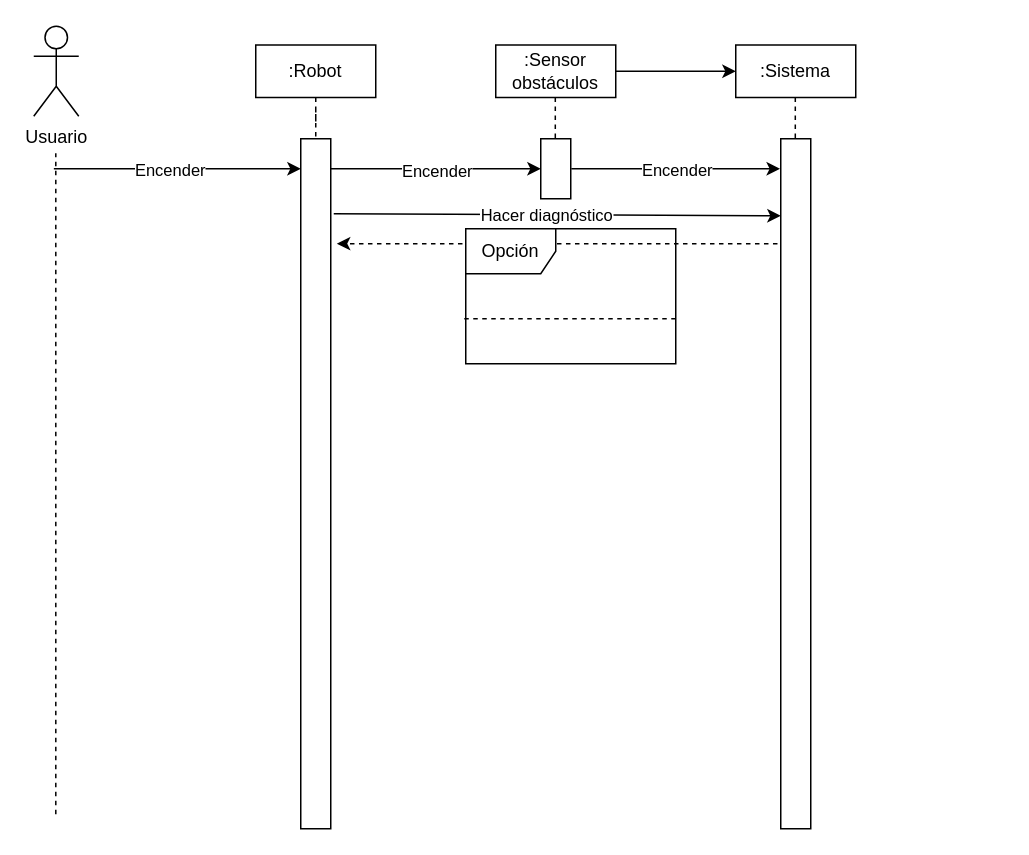
The draw.io diagram Diagrama de secuencia.drawio in PabloDavid2004/Progamation, before the edit. Source tidied: cells renumbered, new cells numbered last; positions are measured from the earlier drawing's top-left corner, leaving out a move shared by most shapes. Both pictures are drawn from the tidied source at 150%, with x=0, y=0 at pixel (33, 26).
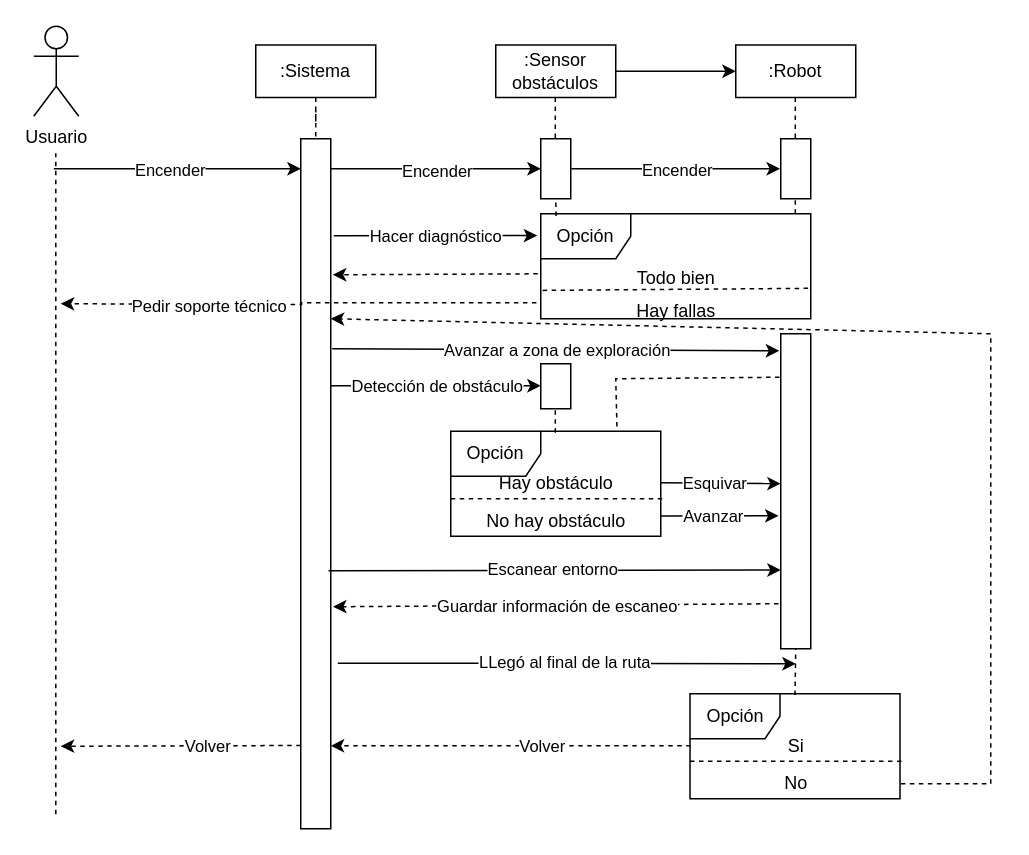
After the change.

Unchanged cells that the change refers to:
```xml
<mxCell id="7" style="whiteSpace=wrap;html=1;rounded=0;" parent="1" vertex="1">
  <mxGeometry x="178" y="75" width="20" height="460" as="geometry" />
</mxCell>
<mxCell id="16" style="whiteSpace=wrap;html=1;rounded=0;" parent="1" vertex="1">
  <mxGeometry x="338" y="75" width="20" height="40" as="geometry" />
</mxCell>
```

Diff of the diagram source:
```diff
@@
-    <mxCell id="2" style="endArrow=classic;html=1;rounded=0;exitX=-0.109;exitY=0.152;exitDx=0;exitDy=0;exitPerimeter=0;entryX=1.202;entryY=0.152;entryDx=0;entryDy=0;entryPerimeter=0;dashed=1;" parent="1" edge="1" source="15" target="7">
-      <mxGeometry relative="1" as="geometry" />
+    <mxCell id="2" style="endArrow=classic;html=1;rounded=0;exitX=-0.011;exitY=0.572;exitDx=0;exitDy=0;exitPerimeter=0;entryX=1.098;entryY=0.17;entryDx=0;entryDy=0;entryPerimeter=0;dashed=1;" parent="1" edge="1" source="41">
+      <mxGeometry relative="1" as="geometry">
+        <mxPoint x="199.4" y="165.7" as="targetPoint" />
+      </mxGeometry>
     </mxCell>
@@
-    <mxCell id="6" value=":Robot" style="rounded=0;whiteSpace=wrap;html=1;" parent="1" vertex="1">
+    <mxCell id="6" value=":Sistema" style="rounded=0;whiteSpace=wrap;html=1;" parent="1" vertex="1">
       <mxGeometry x="148" y="12.5" width="80" height="35" as="geometry" />
     </mxCell>
@@
-    <mxCell id="12" value=":Sistema" style="rounded=0;whiteSpace=wrap;html=1;" parent="1" vertex="1">
+    <mxCell id="12" value=":Robot" style="rounded=0;whiteSpace=wrap;html=1;" parent="1" vertex="1">
       <mxGeometry x="468" y="12.5" width="80" height="35" as="geometry" />
     </mxCell>
@@
     <mxCell id="15" style="whiteSpace=wrap;html=1;rounded=0;" parent="1" vertex="1">
-      <mxGeometry x="498" y="75" width="20" height="460" as="geometry" />
+      <mxGeometry x="498" y="205" width="20" height="210" as="geometry" />
     </mxCell>
@@
-    <mxCell id="21" style="endArrow=classic;html=1;rounded=0;exitX=1.098;exitY=0.149;exitDx=0;exitDy=0;exitPerimeter=0;entryX=0;entryY=0.152;entryDx=0;entryDy=0;entryPerimeter=0;" parent="1" edge="1">
+    <mxCell id="21" style="endArrow=classic;html=1;rounded=0;exitX=1.098;exitY=0.149;exitDx=0;exitDy=0;exitPerimeter=0;entryX=-0.013;entryY=0.208;entryDx=0;entryDy=0;entryPerimeter=0;" parent="1" edge="1" target="41">
       <mxGeometry relative="1" as="geometry">
-        <mxPoint x="200" y="125" as="sourcePoint" />
-        <mxPoint x="498" y="126.4" as="targetPoint" />
+        <mxPoint x="200" y="139.6" as="sourcePoint" />
       </mxGeometry>
     </mxCell>
     <mxCell id="22" value="Hacer diagnóstico" style="edgeLabel;html=1;align=center;verticalAlign=middle;" parent="21" vertex="1">
-      <mxGeometry x="-0.05" relative="1" as="geometry" />
+      <mxGeometry x="-0.05" relative="1" as="geometry">
+        <mxPoint x="4" as="offset" />
+      </mxGeometry>
     </mxCell>
-    <mxCell id="23" value="Opción" style="shape=umlFrame;whiteSpace=wrap;html=1;" parent="1" vertex="1">
-      <mxGeometry x="288" y="135" width="140" height="90" as="geometry" />
-    </mxCell>
-    <mxCell id="24" style="endArrow=none;dashed=1;html=1;rounded=0;entryX=1.007;entryY=0.667;entryDx=0;entryDy=0;entryPerimeter=0;" parent="1" edge="1">
-      <mxGeometry relative="1" as="geometry">
-        <mxPoint x="287" y="195" as="sourcePoint" />
-        <mxPoint x="428" y="195" as="targetPoint" />
-      </mxGeometry>
-    </mxCell>
+    <mxCell id="25" style="edgeStyle=orthogonalEdgeStyle;rounded=0;jettySize=auto;html=1;exitX=-0.016;exitY=0.848;exitDx=0;exitDy=0;exitPerimeter=0;dashed=1;" parent="1" edge="1" source="41">
+      <mxGeometry relative="1" as="geometry">
+        <mxPoint x="18" y="185" as="targetPoint" />
+      </mxGeometry>
+    </mxCell>
+    <mxCell id="26" value="Pedir soporte técnico" style="edgeLabel;html=1;align=center;verticalAlign=middle;" parent="25" vertex="1">
+      <mxGeometry x="0.38" y="1" relative="1" as="geometry" />
+    </mxCell>
+    <mxCell id="27" style="endArrow=classic;html=1;rounded=0;exitX=1.098;exitY=0.149;exitDx=0;exitDy=0;exitPerimeter=0;entryX=0;entryY=0.152;entryDx=0;entryDy=0;entryPerimeter=0;" parent="1" edge="1">
+      <mxGeometry relative="1" as="geometry">
+        <mxPoint x="199" y="215" as="sourcePoint" />
+        <mxPoint x="497" y="216.4" as="targetPoint" />
+      </mxGeometry>
+    </mxCell>
+    <mxCell id="28" value="Avanzar a zona de exploración" style="edgeLabel;html=1;align=center;verticalAlign=middle;" parent="27" vertex="1">
+      <mxGeometry x="-0.05" relative="1" as="geometry">
+        <mxPoint x="8" as="offset" />
+      </mxGeometry>
+    </mxCell>
+    <mxCell id="29" value="Opción" style="shape=umlFrame;whiteSpace=wrap;html=1;" parent="1" vertex="1">
+      <mxGeometry x="278" y="270" width="140" height="70" as="geometry" />
+    </mxCell>
+    <mxCell id="30" style="endArrow=none;dashed=1;html=1;rounded=0;entryX=1.007;entryY=0.667;entryDx=0;entryDy=0;entryPerimeter=0;" parent="1" edge="1">
+      <mxGeometry relative="1" as="geometry">
+        <mxPoint x="278" y="315" as="sourcePoint" />
+        <mxPoint x="419" y="315" as="targetPoint" />
+      </mxGeometry>
+    </mxCell>
+    <mxCell id="31" style="endArrow=classic;html=1;rounded=0;entryX=0;entryY=0.476;entryDx=0;entryDy=0;entryPerimeter=0;" parent="1" edge="1" target="15">
+      <mxGeometry relative="1" as="geometry">
+        <mxPoint x="418" y="304.3" as="sourcePoint" />
+      </mxGeometry>
+    </mxCell>
+    <mxCell id="32" value="Esquivar" style="edgeLabel;html=1;align=center;verticalAlign=middle;" parent="31" vertex="1">
+      <mxGeometry x="-0.11" relative="1" as="geometry" />
+    </mxCell>
+    <mxCell id="33" value="Hay obstáculo" style="text;html=1;align=center;verticalAlign=middle;strokeColor=none;fillColor=none;" parent="1" vertex="1">
+      <mxGeometry x="298" y="290" width="100" height="30" as="geometry" />
+    </mxCell>
+    <mxCell id="34" value="No hay obstáculo" style="text;html=1;align=center;verticalAlign=middle;strokeColor=none;fillColor=none;" parent="1" vertex="1">
+      <mxGeometry x="288" y="315" width="120" height="30" as="geometry" />
+    </mxCell>
+    <mxCell id="35" style="endArrow=classic;html=1;rounded=0;entryX=-0.074;entryY=0.578;entryDx=0;entryDy=0;entryPerimeter=0;" parent="1" edge="1" target="15">
+      <mxGeometry relative="1" as="geometry">
+        <mxPoint x="418" y="326.5" as="sourcePoint" />
+      </mxGeometry>
+    </mxCell>
+    <mxCell id="36" value="Avanzar" style="edgeLabel;html=1;align=center;verticalAlign=middle;" parent="35" vertex="1">
+      <mxGeometry x="-0.11" relative="1" as="geometry" />
+    </mxCell>
+    <mxCell id="37" style="whiteSpace=wrap;html=1;rounded=0;" parent="1" vertex="1">
+      <mxGeometry x="338" y="225" width="20" height="30" as="geometry" />
+    </mxCell>
+    <mxCell id="38" style="endArrow=classic;html=1;rounded=0;entryX=0;entryY=0.5;entryDx=0;entryDy=0;exitX=-0.109;exitY=0.432;exitDx=0;exitDy=0;exitPerimeter=0;" parent="1" edge="1">
+      <mxGeometry relative="1" as="geometry">
+        <mxPoint x="198" y="239.7" as="sourcePoint" />
+        <mxPoint x="338" y="239.7" as="targetPoint" />
+      </mxGeometry>
+    </mxCell>
+    <mxCell id="39" value="Detección de obstáculo" style="edgeLabel;html=1;align=center;verticalAlign=middle;" parent="38" vertex="1">
+      <mxGeometry x="-0.05" y="1" relative="1" as="geometry">
+        <mxPoint x="3" y="1" as="offset" />
+      </mxGeometry>
+    </mxCell>
+    <mxCell id="40" style="whiteSpace=wrap;html=1;rounded=0;" parent="1" vertex="1">
+      <mxGeometry x="498" y="75" width="20" height="40" as="geometry" />
+    </mxCell>
+    <mxCell id="41" value="Opción" style="shape=umlFrame;whiteSpace=wrap;html=1;" parent="1" vertex="1">
+      <mxGeometry x="338" y="125" width="180" height="70" as="geometry" />
+    </mxCell>
+    <mxCell id="42" style="endArrow=none;dashed=1;html=1;rounded=0;entryX=0.996;entryY=0.71;entryDx=0;entryDy=0;entryPerimeter=0;exitX=0.007;exitY=0.73;exitDx=0;exitDy=0;exitPerimeter=0;" parent="1" edge="1" source="41" target="41">
+      <mxGeometry relative="1" as="geometry" />
+    </mxCell>
+    <mxCell id="43" value="Todo bien" style="text;html=1;align=center;verticalAlign=middle;strokeColor=none;fillColor=none;" parent="1" vertex="1">
+      <mxGeometry x="388" y="153" width="80" height="30" as="geometry" />
+    </mxCell>
+    <mxCell id="44" value="Hay fallas" style="text;html=1;align=center;verticalAlign=middle;strokeColor=none;fillColor=none;" parent="1" vertex="1">
+      <mxGeometry x="388" y="175" width="80" height="30" as="geometry" />
+    </mxCell>
+    <mxCell id="45" style="endArrow=none;dashed=1;html=1;rounded=0;entryX=0.5;entryY=1;entryDx=0;entryDy=0;exitX=0.057;exitY=0.021;exitDx=0;exitDy=0;exitPerimeter=0;" parent="1" edge="1" source="41" target="16">
+      <mxGeometry relative="1" as="geometry" />
+    </mxCell>
+    <mxCell id="46" style="endArrow=none;dashed=1;html=1;rounded=0;entryX=0.5;entryY=1;entryDx=0;entryDy=0;exitX=0.057;exitY=0.021;exitDx=0;exitDy=0;exitPerimeter=0;" parent="1" edge="1">
+      <mxGeometry relative="1" as="geometry">
+        <mxPoint x="507.7" y="125" as="sourcePoint" />
+        <mxPoint x="507.7" y="114" as="targetPoint" />
+      </mxGeometry>
+    </mxCell>
+    <mxCell id="47" style="endArrow=none;dashed=1;html=1;rounded=0;entryX=0.5;entryY=1;entryDx=0;entryDy=0;exitX=0.057;exitY=0.021;exitDx=0;exitDy=0;exitPerimeter=0;" parent="1" edge="1">
+      <mxGeometry relative="1" as="geometry">
+        <mxPoint x="347.7" y="271" as="sourcePoint" />
+        <mxPoint x="347.7" y="255" as="targetPoint" />
+      </mxGeometry>
+    </mxCell>
+    <mxCell id="48" style="endArrow=none;dashed=1;html=1;strokeWidth=1;rounded=0;exitX=-0.04;exitY=0.138;exitDx=0;exitDy=0;exitPerimeter=0;entryX=0.792;entryY=0.008;entryDx=0;entryDy=0;entryPerimeter=0;" parent="1" edge="1" source="15" target="29">
+      <mxGeometry relative="1" as="geometry">
+        <Array as="points">
+          <mxPoint x="388" y="235" />
+        </Array>
+      </mxGeometry>
+    </mxCell>
+    <mxCell id="49" style="endArrow=classic;html=1;rounded=0;exitX=0.926;exitY=0.626;exitDx=0;exitDy=0;exitPerimeter=0;entryX=0;entryY=0.75;entryDx=0;entryDy=0;" parent="1" edge="1" source="7" target="15">
+      <mxGeometry relative="1" as="geometry" />
+    </mxCell>
+    <mxCell id="50" value="Escanear entorno" style="edgeLabel;html=1;align=center;verticalAlign=middle;" parent="49" vertex="1">
+      <mxGeometry x="-0.07" y="-2" relative="1" as="geometry">
+        <mxPoint x="9" y="-3" as="offset" />
+      </mxGeometry>
+    </mxCell>
+    <mxCell id="51" style="endArrow=classic;html=1;rounded=0;exitX=1.133;exitY=0.646;exitDx=0;exitDy=0;exitPerimeter=0;entryX=0;entryY=0.5;entryDx=0;entryDy=0;dashed=1;" parent="1" edge="1">
+      <mxGeometry relative="1" as="geometry">
+        <mxPoint x="496.5" y="385" as="sourcePoint" />
+        <mxPoint x="199.5" y="387" as="targetPoint" />
+      </mxGeometry>
+    </mxCell>
+    <mxCell id="52" value="Guardar información de escaneo" style="edgeLabel;html=1;align=center;verticalAlign=middle;" parent="51" vertex="1">
+      <mxGeometry x="-0.07" y="-2" relative="1" as="geometry">
+        <mxPoint x="-10" y="3" as="offset" />
+      </mxGeometry>
+    </mxCell>
+    <mxCell id="53" value="Opción" style="shape=umlFrame;whiteSpace=wrap;html=1;" parent="1" vertex="1">
+      <mxGeometry x="437.5" y="445" width="140" height="70" as="geometry" />
+    </mxCell>
+    <mxCell id="54" style="endArrow=none;dashed=1;html=1;rounded=0;entryX=1.007;entryY=0.667;entryDx=0;entryDy=0;entryPerimeter=0;" parent="1" edge="1">
+      <mxGeometry relative="1" as="geometry">
+        <mxPoint x="437.5" y="490" as="sourcePoint" />
+        <mxPoint x="578.5" y="490" as="targetPoint" />
+      </mxGeometry>
+    </mxCell>
+    <mxCell id="55" value="Si" style="text;html=1;align=center;verticalAlign=middle;strokeColor=none;fillColor=none;" parent="1" vertex="1">
+      <mxGeometry x="492.5" y="465" width="30" height="30" as="geometry" />
+    </mxCell>
+    <mxCell id="56" value="No" style="text;html=1;align=center;verticalAlign=middle;strokeColor=none;fillColor=none;" parent="1" vertex="1">
+      <mxGeometry x="487.5" y="490" width="40" height="30" as="geometry" />
+    </mxCell>
+    <mxCell id="57" style="endArrow=none;dashed=1;html=1;rounded=0;exitX=0.5;exitY=0.011;exitDx=0;exitDy=0;exitPerimeter=0;" parent="1" edge="1" source="53">
+      <mxGeometry relative="1" as="geometry">
+        <mxPoint x="508" y="415" as="targetPoint" />
+      </mxGeometry>
+    </mxCell>
+    <mxCell id="58" style="endArrow=classic;html=1;rounded=0;exitX=1.236;exitY=0.76;exitDx=0;exitDy=0;exitPerimeter=0;" parent="1" edge="1" source="7">
+      <mxGeometry relative="1" as="geometry">
+        <mxPoint x="508" y="425" as="targetPoint" />
+      </mxGeometry>
+    </mxCell>
+    <mxCell id="59" value="LLegó al final de la ruta" style="edgeLabel;html=1;align=center;verticalAlign=middle;" parent="58" vertex="1">
+      <mxGeometry x="-0.07" y="-2" relative="1" as="geometry">
+        <mxPoint x="9" y="-3" as="offset" />
+      </mxGeometry>
+    </mxCell>
+    <mxCell id="60" style="endArrow=classic;html=1;rounded=0;exitX=1.236;exitY=0.76;exitDx=0;exitDy=0;exitPerimeter=0;dashed=1;" parent="1" edge="1">
+      <mxGeometry relative="1" as="geometry">
+        <mxPoint x="438" y="479.7" as="sourcePoint" />
+        <mxPoint x="198" y="479.7" as="targetPoint" />
+      </mxGeometry>
+    </mxCell>
+    <mxCell id="61" value="Volver" style="edgeLabel;html=1;align=center;verticalAlign=middle;" parent="60" vertex="1">
+      <mxGeometry x="-0.07" y="-2" relative="1" as="geometry">
+        <mxPoint x="12" y="2" as="offset" />
+      </mxGeometry>
+    </mxCell>
+    <mxCell id="62" style="endArrow=classic;html=1;rounded=0;exitX=1.236;exitY=0.76;exitDx=0;exitDy=0;exitPerimeter=0;dashed=1;" parent="1" edge="1">
+      <mxGeometry relative="1" as="geometry">
+        <mxPoint x="178" y="479.5" as="sourcePoint" />
+        <mxPoint x="18" y="480" as="targetPoint" />
+      </mxGeometry>
+    </mxCell>
+    <mxCell id="63" value="Volver" style="edgeLabel;html=1;align=center;verticalAlign=middle;" parent="62" vertex="1">
+      <mxGeometry x="-0.07" y="-2" relative="1" as="geometry">
+        <mxPoint x="12" y="2" as="offset" />
+      </mxGeometry>
+    </mxCell>
+    <mxCell id="64" style="endArrow=classic;html=1;rounded=0;entryX=1.004;entryY=0.857;entryDx=0;entryDy=0;entryPerimeter=0;dashed=1;exitX=1.004;exitY=0.857;exitDx=0;exitDy=0;exitPerimeter=0;" parent="1" edge="1" source="53">
+      <mxGeometry relative="1" as="geometry">
+        <mxPoint x="198" y="195" as="targetPoint" />
+        <Array as="points">
+          <mxPoint x="638" y="505" />
+          <mxPoint x="638" y="205" />
+          <mxPoint x="198" y="195" />
+        </Array>
+      </mxGeometry>
+    </mxCell>
```
